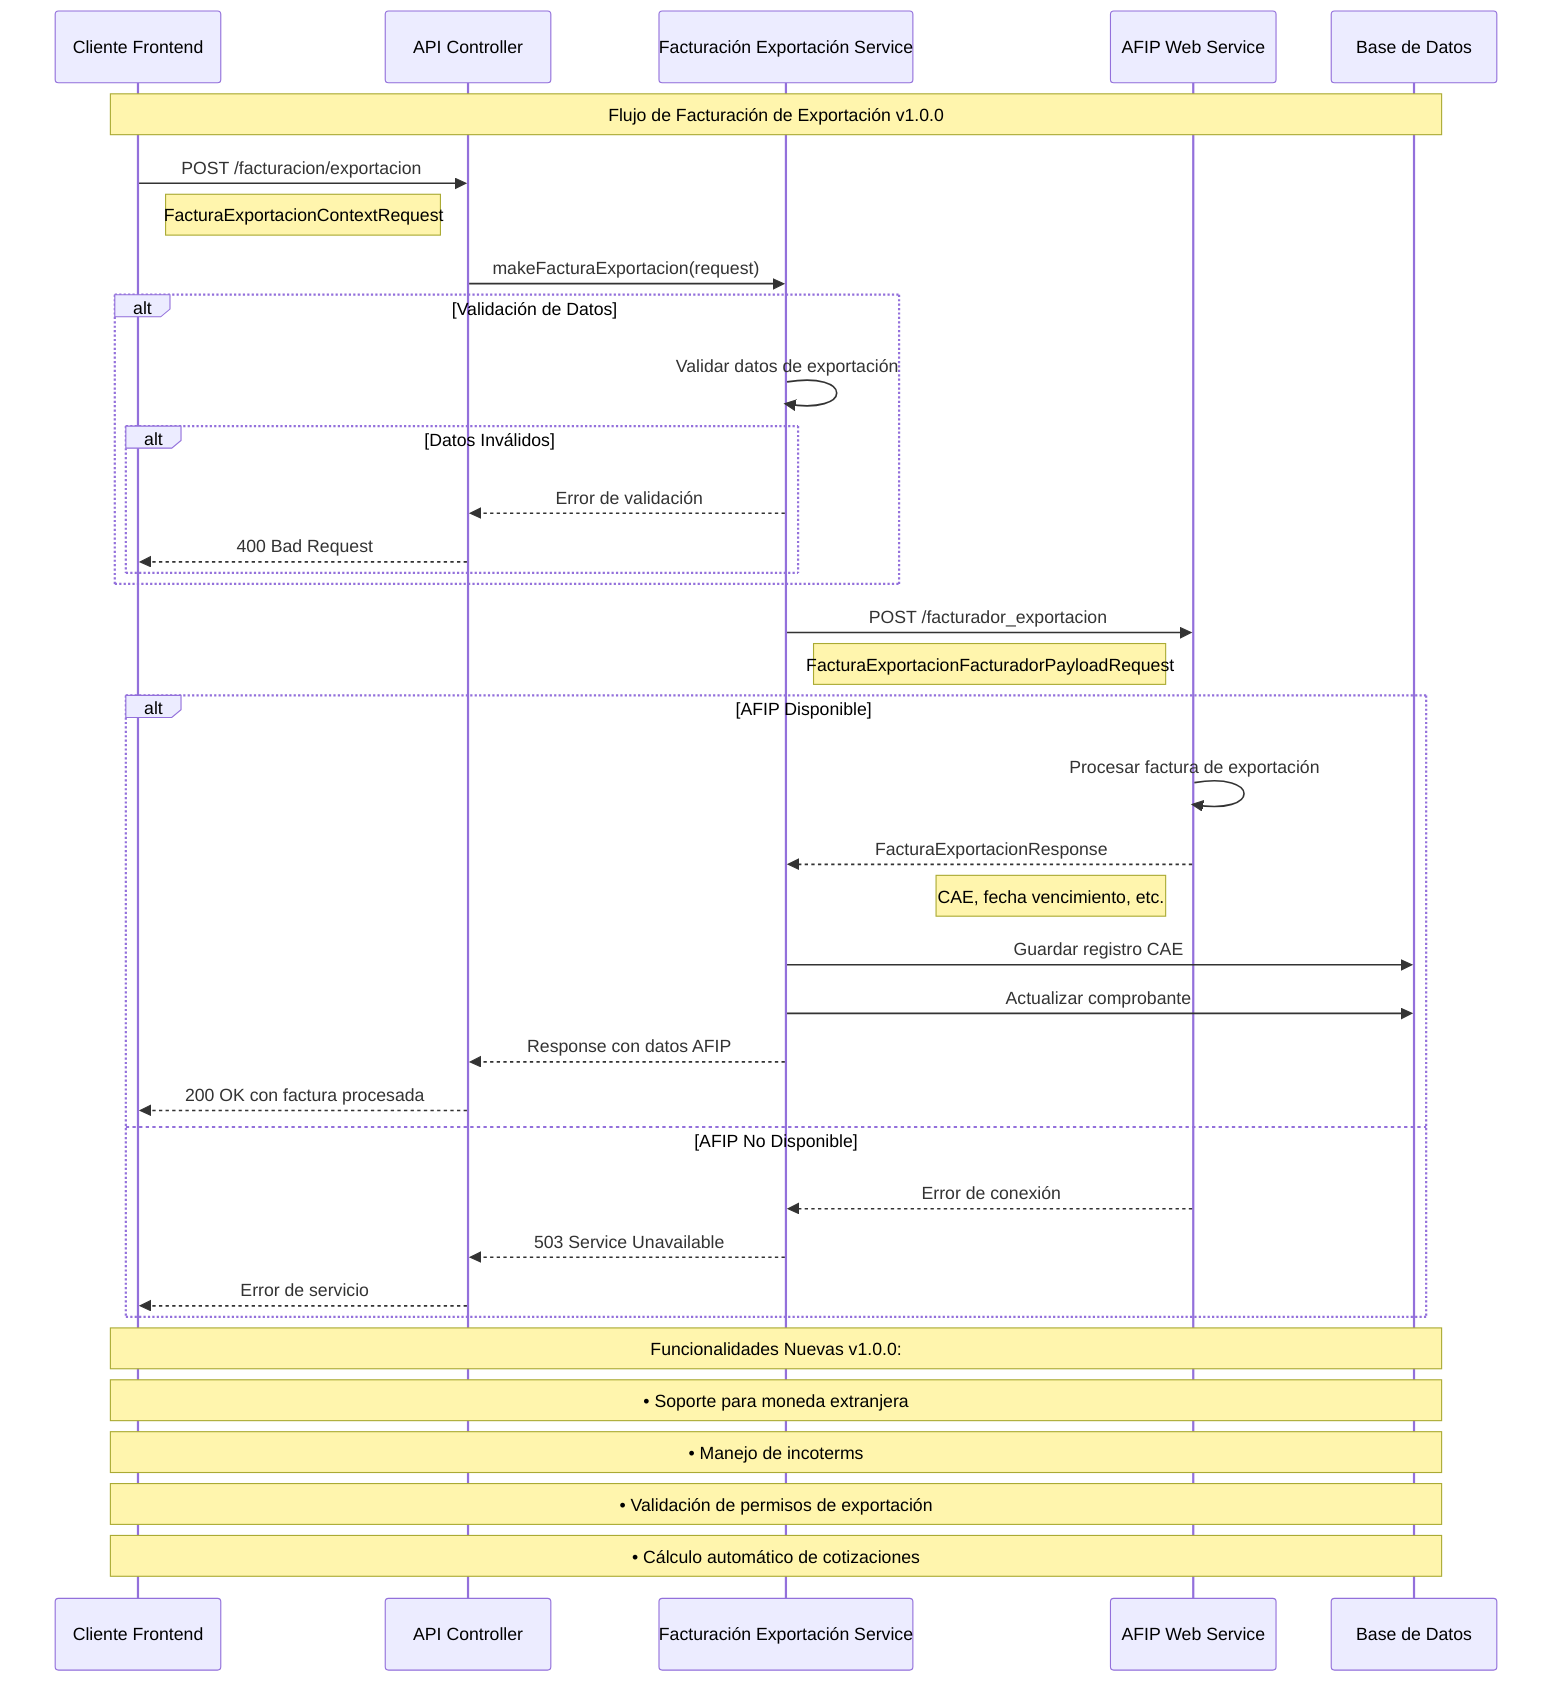
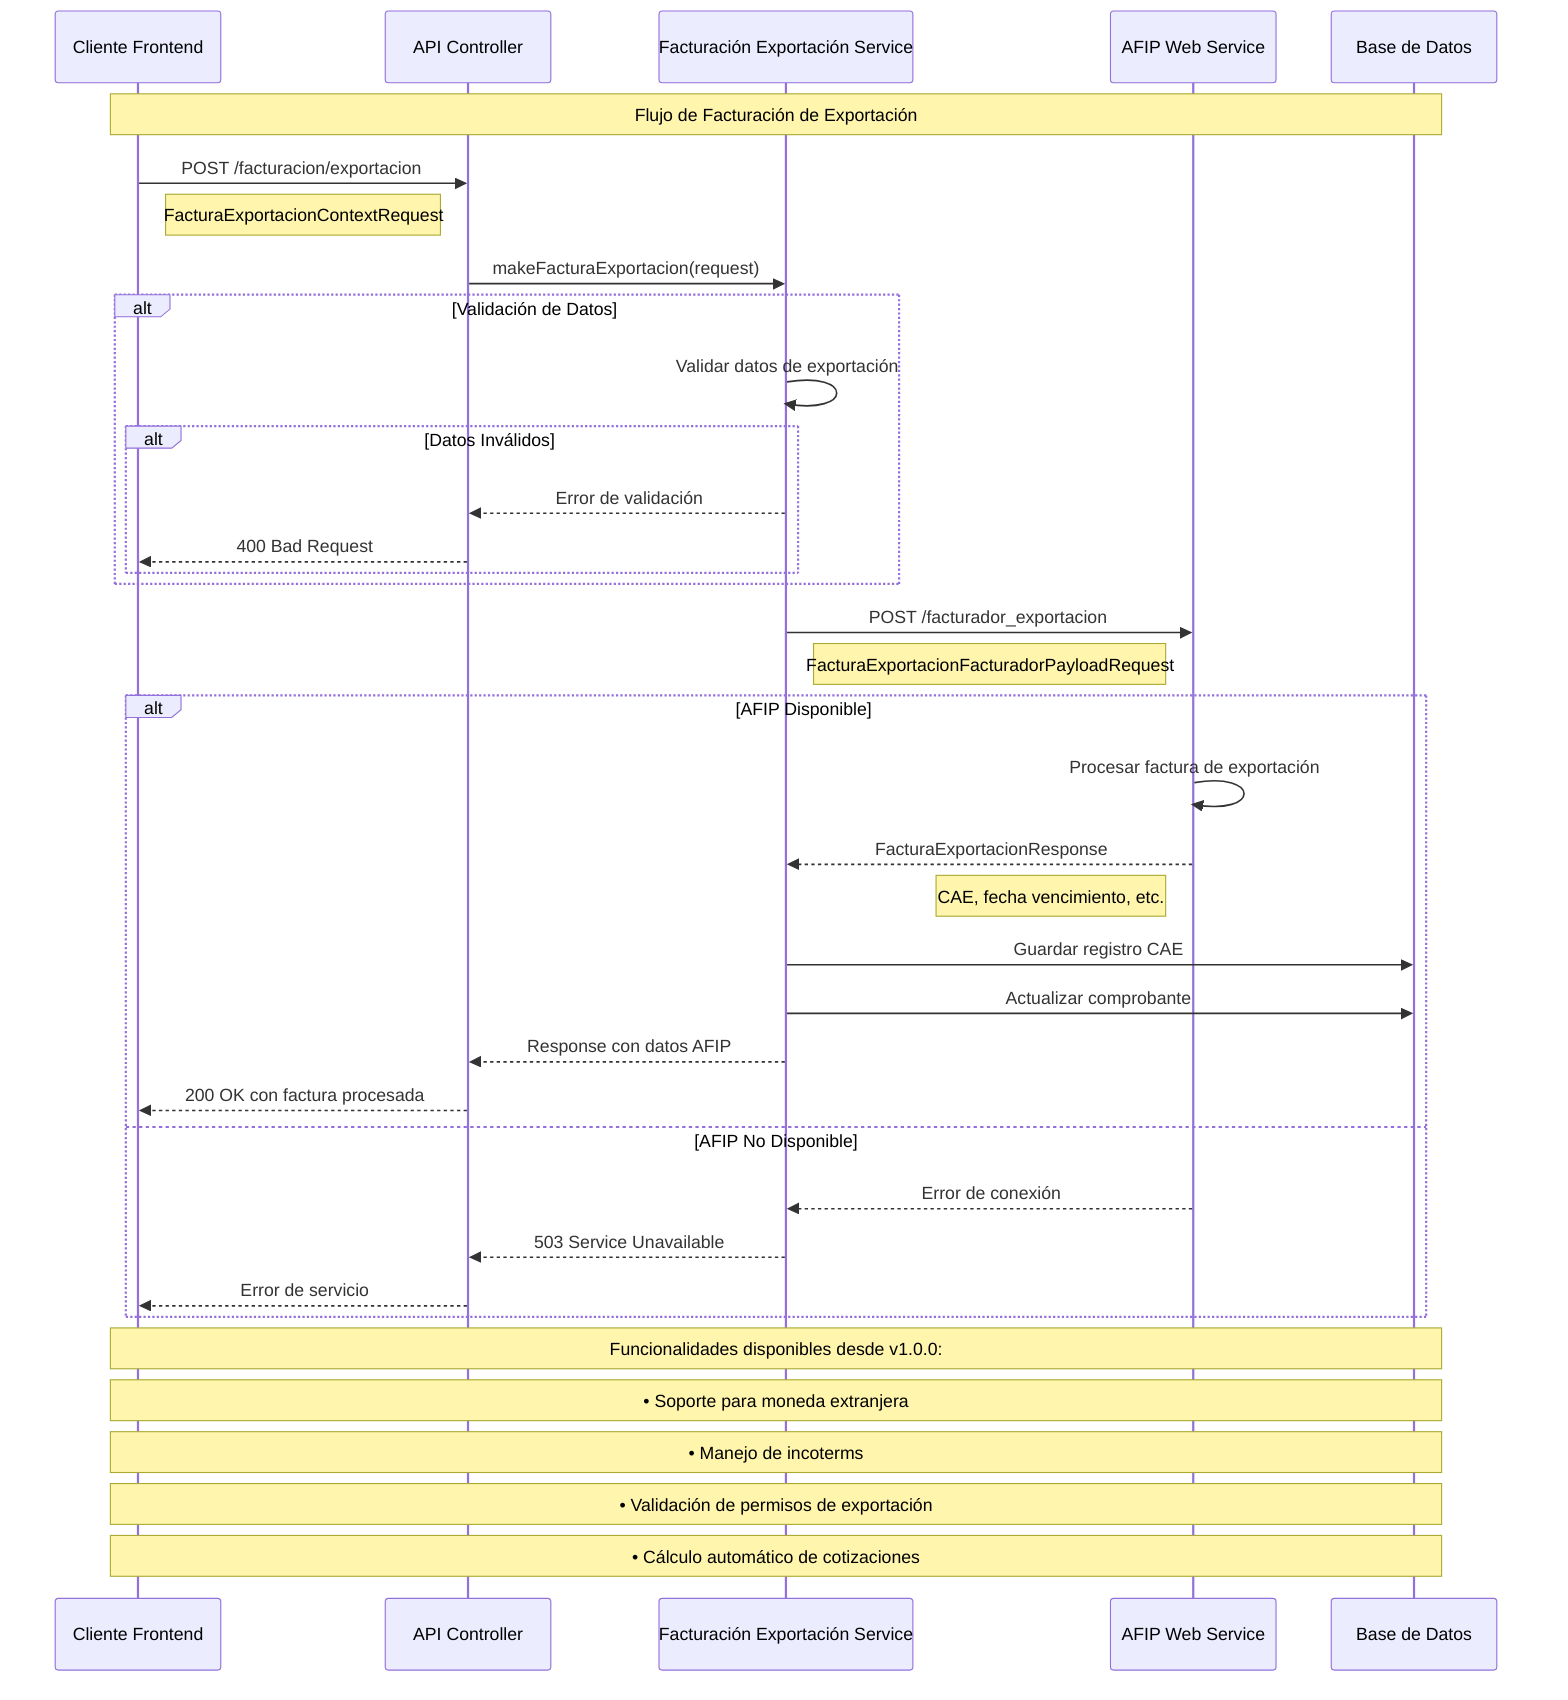
sequenceDiagram
    participant CLIENT as Cliente Frontend
    participant API as API Controller
    participant SERVICE as Facturación Exportación Service
    participant AFIP as AFIP Web Service
    participant DB as Base de Datos

-     Note over CLIENT,DB: Flujo de Facturación de Exportación v1.0.0
+     Note over CLIENT,DB: Flujo de Facturación de Exportación

    CLIENT->>API: POST /facturacion/exportacion
    Note right of CLIENT: FacturaExportacionContextRequest

    API->>SERVICE: makeFacturaExportacion(request)

    alt Validación de Datos
        SERVICE->>SERVICE: Validar datos de exportación
        alt Datos Inválidos
            SERVICE-->>API: Error de validación
            API-->>CLIENT: 400 Bad Request
        end
    end

    SERVICE->>AFIP: POST /facturador_exportacion
    Note right of SERVICE: FacturaExportacionFacturadorPayloadRequest

    alt AFIP Disponible
        AFIP->>AFIP: Procesar factura de exportación
        AFIP-->>SERVICE: FacturaExportacionResponse
        Note left of AFIP: CAE, fecha vencimiento, etc.

        SERVICE->>DB: Guardar registro CAE
        SERVICE->>DB: Actualizar comprobante

        SERVICE-->>API: Response con datos AFIP
        API-->>CLIENT: 200 OK con factura procesada

    else AFIP No Disponible
        AFIP-->>SERVICE: Error de conexión
        SERVICE-->>API: 503 Service Unavailable
        API-->>CLIENT: Error de servicio
    end

-     Note over CLIENT,DB: Funcionalidades Nuevas v1.0.0:
+     Note over CLIENT,DB: Funcionalidades disponibles desde v1.0.0:
    Note over CLIENT,DB: • Soporte para moneda extranjera
    Note over CLIENT,DB: • Manejo de incoterms
    Note over CLIENT,DB: • Validación de permisos de exportación
    Note over CLIENT,DB: • Cálculo automático de cotizaciones